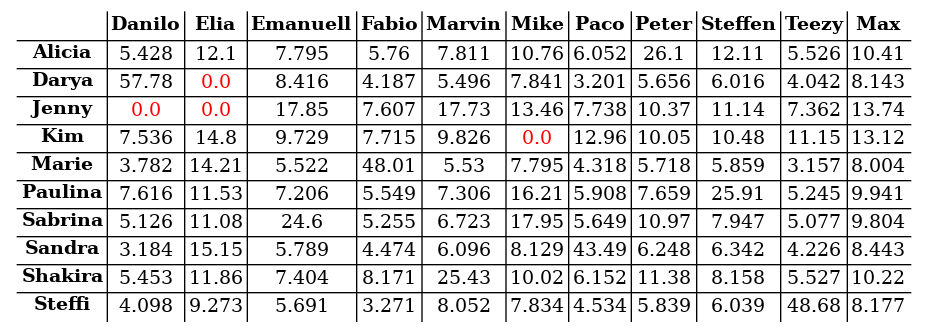
Above: s03r/s03r_tab.png in atticus-sullivan/sim-ayto (Graphviz), before the change. Its source is kept beside it as s03r/s03r_tab.dot. The source it was exported from:
```dot
digraph structs { node[shape=plaintext] struct[label=<
<table cellspacing="2" border="0" rows="*" columns="*">
<tr>
<td></td>
<td><B>Danilo</B></td>
<td><B>Elia</B></td>
<td><B>Emanuell</B></td>
<td><B>Fabio</B></td>
<td><B>Marvin</B></td>
<td><B>Mike</B></td>
<td><B>Paco</B></td>
<td><B>Peter</B></td>
<td><B>Steffen</B></td>
<td><B>Teezy</B></td>
<td><B>Max</B></td>
</tr>
<tr><td><B>Alicia</B></td>
<td><font color="black">5.428</font></td>
<td><font color="black">12.1</font></td>
<td><font color="black">7.795</font></td>
<td><font color="black">5.76</font></td>
<td><font color="black">7.811</font></td>
<td><font color="black">10.76</font></td>
<td><font color="black">6.052</font></td>
<td><font color="black">26.1</font></td>
<td><font color="black">12.11</font></td>
<td><font color="black">5.526</font></td>
<td><font color="black">10.41</font></td>
</tr>
<tr><td><B>Darya</B></td>
<td><font color="black">57.78</font></td>
<td><font color="red">0.0</font></td>
<td><font color="black">8.416</font></td>
<td><font color="black">4.187</font></td>
<td><font color="black">5.496</font></td>
<td><font color="black">7.841</font></td>
<td><font color="black">3.201</font></td>
<td><font color="black">5.656</font></td>
<td><font color="black">6.016</font></td>
<td><font color="black">4.042</font></td>
<td><font color="black">8.143</font></td>
</tr>
<tr><td><B>Jenny</B></td>
<td><font color="red">0.0</font></td>
<td><font color="red">0.0</font></td>
<td><font color="black">17.85</font></td>
<td><font color="black">7.607</font></td>
<td><font color="black">17.73</font></td>
<td><font color="black">13.46</font></td>
<td><font color="black">7.738</font></td>
<td><font color="black">10.37</font></td>
<td><font color="black">11.14</font></td>
<td><font color="black">7.362</font></td>
<td><font color="black">13.74</font></td>
</tr>
<tr><td><B>Kim</B></td>
<td><font color="black">7.536</font></td>
<td><font color="black">14.8</font></td>
<td><font color="black">9.729</font></td>
<td><font color="black">7.715</font></td>
<td><font color="black">9.826</font></td>
<td><font color="red">0.0</font></td>
<td><font color="black">12.96</font></td>
<td><font color="black">10.05</font></td>
<td><font color="black">10.48</font></td>
<td><font color="black">11.15</font></td>
<td><font color="black">13.12</font></td>
</tr>
<tr><td><B>Marie</B></td>
<td><font color="black">3.782</font></td>
<td><font color="black">14.21</font></td>
<td><font color="black">5.522</font></td>
<td><font color="black">48.01</font></td>
<td><font color="black">5.53</font></td>
<td><font color="black">7.795</font></td>
<td><font color="black">4.318</font></td>
<td><font color="black">5.718</font></td>
<td><font color="black">5.859</font></td>
<td><font color="black">3.157</font></td>
<td><font color="black">8.004</font></td>
</tr>
<tr><td><B>Paulina</B></td>
<td><font color="black">7.616</font></td>
<td><font color="black">11.53</font></td>
<td><font color="black">7.206</font></td>
<td><font color="black">5.549</font></td>
<td><font color="black">7.306</font></td>
<td><font color="black">16.21</font></td>
<td><font color="black">5.908</font></td>
<td><font color="black">7.659</font></td>
<td><font color="black">25.91</font></td>
<td><font color="black">5.245</font></td>
<td><font color="black">9.941</font></td>
</tr>
<tr><td><B>Sabrina</B></td>
<td><font color="black">5.126</font></td>
<td><font color="black">11.08</font></td>
<td><font color="black">24.6</font></td>
<td><font color="black">5.255</font></td>
<td><font color="black">6.723</font></td>
<td><font color="black">17.95</font></td>
<td><font color="black">5.649</font></td>
<td><font color="black">10.97</font></td>
<td><font color="black">7.947</font></td>
<td><font color="black">5.077</font></td>
<td><font color="black">9.804</font></td>
</tr>
<tr><td><B>Sandra</B></td>
<td><font color="black">3.184</font></td>
<td><font color="black">15.15</font></td>
<td><font color="black">5.789</font></td>
<td><font color="black">4.474</font></td>
<td><font color="black">6.096</font></td>
<td><font color="black">8.129</font></td>
<td><font color="black">43.49</font></td>
<td><font color="black">6.248</font></td>
<td><font color="black">6.342</font></td>
<td><font color="black">4.226</font></td>
<td><font color="black">8.443</font></td>
</tr>
<tr><td><B>Shakira</B></td>
<td><font color="black">5.453</font></td>
<td><font color="black">11.86</font></td>
<td><font color="black">7.404</font></td>
<td><font color="black">8.171</font></td>
<td><font color="black">25.43</font></td>
<td><font color="black">10.02</font></td>
<td><font color="black">6.152</font></td>
<td><font color="black">11.38</font></td>
<td><font color="black">8.158</font></td>
<td><font color="black">5.527</font></td>
<td><font color="black">10.22</font></td>
</tr>
<tr><td><B>Steffi</B></td>
<td><font color="black">4.098</font></td>
<td><font color="black">9.273</font></td>
<td><font color="black">5.691</font></td>
<td><font color="black">3.271</font></td>
<td><font color="black">8.052</font></td>
<td><font color="black">7.834</font></td>
<td><font color="black">4.534</font></td>
<td><font color="black">5.839</font></td>
<td><font color="black">6.039</font></td>
<td><font color="black">48.68</font></td>
<td><font color="black">8.177</font></td>
</tr>
</table>
>];}
```
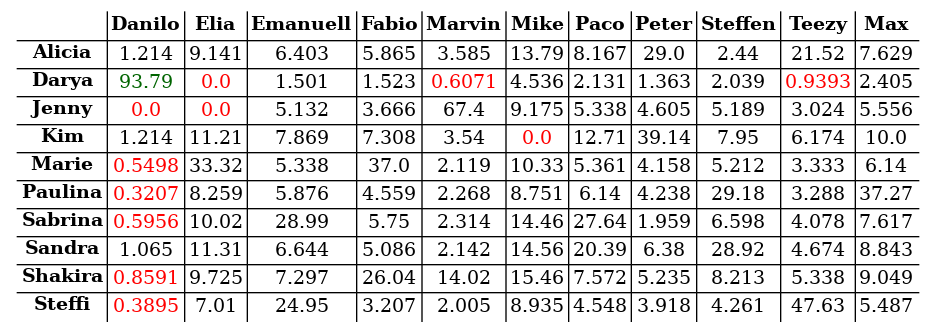
The same file after the commit.

What changed in the source:
```diff
@@ -15,134 +15,134 @@
 <td><B>Max</B></td>
 </tr>
 <tr><td><B>Alicia</B></td>
-<td><font color="black">5.428</font></td>
-<td><font color="black">12.1</font></td>
-<td><font color="black">7.795</font></td>
-<td><font color="black">5.76</font></td>
-<td><font color="black">7.811</font></td>
-<td><font color="black">10.76</font></td>
-<td><font color="black">6.052</font></td>
-<td><font color="black">26.1</font></td>
-<td><font color="black">12.11</font></td>
-<td><font color="black">5.526</font></td>
-<td><font color="black">10.41</font></td>
+<td><font color="black">1.214</font></td>
+<td><font color="black">9.141</font></td>
+<td><font color="black">6.403</font></td>
+<td><font color="black">5.865</font></td>
+<td><font color="black">3.585</font></td>
+<td><font color="black">13.79</font></td>
+<td><font color="black">8.167</font></td>
+<td><font color="black">29.0</font></td>
+<td><font color="black">2.44</font></td>
+<td><font color="black">21.52</font></td>
+<td><font color="black">7.629</font></td>
 </tr>
 <tr><td><B>Darya</B></td>
-<td><font color="black">57.78</font></td>
+<td><font color="darkgreen">93.79</font></td>
 <td><font color="red">0.0</font></td>
-<td><font color="black">8.416</font></td>
-<td><font color="black">4.187</font></td>
-<td><font color="black">5.496</font></td>
-<td><font color="black">7.841</font></td>
-<td><font color="black">3.201</font></td>
-<td><font color="black">5.656</font></td>
-<td><font color="black">6.016</font></td>
-<td><font color="black">4.042</font></td>
-<td><font color="black">8.143</font></td>
+<td><font color="black">1.501</font></td>
+<td><font color="black">1.523</font></td>
+<td><font color="red">0.6071</font></td>
+<td><font color="black">4.536</font></td>
+<td><font color="black">2.131</font></td>
+<td><font color="black">1.363</font></td>
+<td><font color="black">2.039</font></td>
+<td><font color="red">0.9393</font></td>
+<td><font color="black">2.405</font></td>
 </tr>
 <tr><td><B>Jenny</B></td>
 <td><font color="red">0.0</font></td>
 <td><font color="red">0.0</font></td>
-<td><font color="black">17.85</font></td>
-<td><font color="black">7.607</font></td>
-<td><font color="black">17.73</font></td>
-<td><font color="black">13.46</font></td>
-<td><font color="black">7.738</font></td>
-<td><font color="black">10.37</font></td>
-<td><font color="black">11.14</font></td>
-<td><font color="black">7.362</font></td>
-<td><font color="black">13.74</font></td>
+<td><font color="black">5.132</font></td>
+<td><font color="black">3.666</font></td>
+<td><font color="black">67.4</font></td>
+<td><font color="black">9.175</font></td>
+<td><font color="black">5.338</font></td>
+<td><font color="black">4.605</font></td>
+<td><font color="black">5.189</font></td>
+<td><font color="black">3.024</font></td>
+<td><font color="black">5.556</font></td>
 </tr>
 <tr><td><B>Kim</B></td>
-<td><font color="black">7.536</font></td>
-<td><font color="black">14.8</font></td>
-<td><font color="black">9.729</font></td>
-<td><font color="black">7.715</font></td>
-<td><font color="black">9.826</font></td>
+<td><font color="black">1.214</font></td>
+<td><font color="black">11.21</font></td>
+<td><font color="black">7.869</font></td>
+<td><font color="black">7.308</font></td>
+<td><font color="black">3.54</font></td>
 <td><font color="red">0.0</font></td>
-<td><font color="black">12.96</font></td>
-<td><font color="black">10.05</font></td>
-<td><font color="black">10.48</font></td>
-<td><font color="black">11.15</font></td>
-<td><font color="black">13.12</font></td>
+<td><font color="black">12.71</font></td>
+<td><font color="black">39.14</font></td>
+<td><font color="black">7.95</font></td>
+<td><font color="black">6.174</font></td>
+<td><font color="black">10.0</font></td>
 </tr>
 <tr><td><B>Marie</B></td>
-<td><font color="black">3.782</font></td>
-<td><font color="black">14.21</font></td>
-<td><font color="black">5.522</font></td>
-<td><font color="black">48.01</font></td>
-<td><font color="black">5.53</font></td>
-<td><font color="black">7.795</font></td>
-<td><font color="black">4.318</font></td>
-<td><font color="black">5.718</font></td>
-<td><font color="black">5.859</font></td>
-<td><font color="black">3.157</font></td>
-<td><font color="black">8.004</font></td>
+<td><font color="red">0.5498</font></td>
+<td><font color="black">33.32</font></td>
+<td><font color="black">5.338</font></td>
+<td><font color="black">37.0</font></td>
+<td><font color="black">2.119</font></td>
+<td><font color="black">10.33</font></td>
+<td><font color="black">5.361</font></td>
+<td><font color="black">4.158</font></td>
+<td><font color="black">5.212</font></td>
+<td><font color="black">3.333</font></td>
+<td><font color="black">6.14</font></td>
 </tr>
 <tr><td><B>Paulina</B></td>
-<td><font color="black">7.616</font></td>
-<td><font color="black">11.53</font></td>
-<td><font color="black">7.206</font></td>
-<td><font color="black">5.549</font></td>
-<td><font color="black">7.306</font></td>
-<td><font color="black">16.21</font></td>
-<td><font color="black">5.908</font></td>
-<td><font color="black">7.659</font></td>
-<td><font color="black">25.91</font></td>
-<td><font color="black">5.245</font></td>
-<td><font color="black">9.941</font></td>
+<td><font color="red">0.3207</font></td>
+<td><font color="black">8.259</font></td>
+<td><font color="black">5.876</font></td>
+<td><font color="black">4.559</font></td>
+<td><font color="black">2.268</font></td>
+<td><font color="black">8.751</font></td>
+<td><font color="black">6.14</font></td>
+<td><font color="black">4.238</font></td>
+<td><font color="black">29.18</font></td>
+<td><font color="black">3.288</font></td>
+<td><font color="black">37.27</font></td>
 </tr>
 <tr><td><B>Sabrina</B></td>
-<td><font color="black">5.126</font></td>
-<td><font color="black">11.08</font></td>
-<td><font color="black">24.6</font></td>
-<td><font color="black">5.255</font></td>
-<td><font color="black">6.723</font></td>
-<td><font color="black">17.95</font></td>
-<td><font color="black">5.649</font></td>
-<td><font color="black">10.97</font></td>
-<td><font color="black">7.947</font></td>
-<td><font color="black">5.077</font></td>
-<td><font color="black">9.804</font></td>
+<td><font color="red">0.5956</font></td>
+<td><font color="black">10.02</font></td>
+<td><font color="black">28.99</font></td>
+<td><font color="black">5.75</font></td>
+<td><font color="black">2.314</font></td>
+<td><font color="black">14.46</font></td>
+<td><font color="black">27.64</font></td>
+<td><font color="black">1.959</font></td>
+<td><font color="black">6.598</font></td>
+<td><font color="black">4.078</font></td>
+<td><font color="black">7.617</font></td>
 </tr>
 <tr><td><B>Sandra</B></td>
-<td><font color="black">3.184</font></td>
-<td><font color="black">15.15</font></td>
-<td><font color="black">5.789</font></td>
-<td><font color="black">4.474</font></td>
-<td><font color="black">6.096</font></td>
-<td><font color="black">8.129</font></td>
-<td><font color="black">43.49</font></td>
-<td><font color="black">6.248</font></td>
-<td><font color="black">6.342</font></td>
-<td><font color="black">4.226</font></td>
-<td><font color="black">8.443</font></td>
+<td><font color="black">1.065</font></td>
+<td><font color="black">11.31</font></td>
+<td><font color="black">6.644</font></td>
+<td><font color="black">5.086</font></td>
+<td><font color="black">2.142</font></td>
+<td><font color="black">14.56</font></td>
+<td><font color="black">20.39</font></td>
+<td><font color="black">6.38</font></td>
+<td><font color="black">28.92</font></td>
+<td><font color="black">4.674</font></td>
+<td><font color="black">8.843</font></td>
 </tr>
 <tr><td><B>Shakira</B></td>
-<td><font color="black">5.453</font></td>
-<td><font color="black">11.86</font></td>
-<td><font color="black">7.404</font></td>
-<td><font color="black">8.171</font></td>
-<td><font color="black">25.43</font></td>
-<td><font color="black">10.02</font></td>
-<td><font color="black">6.152</font></td>
-<td><font color="black">11.38</font></td>
-<td><font color="black">8.158</font></td>
-<td><font color="black">5.527</font></td>
-<td><font color="black">10.22</font></td>
+<td><font color="red">0.8591</font></td>
+<td><font color="black">9.725</font></td>
+<td><font color="black">7.297</font></td>
+<td><font color="black">26.04</font></td>
+<td><font color="black">14.02</font></td>
+<td><font color="black">15.46</font></td>
+<td><font color="black">7.572</font></td>
+<td><font color="black">5.235</font></td>
+<td><font color="black">8.213</font></td>
+<td><font color="black">5.338</font></td>
+<td><font color="black">9.049</font></td>
 </tr>
 <tr><td><B>Steffi</B></td>
-<td><font color="black">4.098</font></td>
-<td><font color="black">9.273</font></td>
-<td><font color="black">5.691</font></td>
-<td><font color="black">3.271</font></td>
-<td><font color="black">8.052</font></td>
-<td><font color="black">7.834</font></td>
-<td><font color="black">4.534</font></td>
-<td><font color="black">5.839</font></td>
-<td><font color="black">6.039</font></td>
-<td><font color="black">48.68</font></td>
-<td><font color="black">8.177</font></td>
+<td><font color="red">0.3895</font></td>
+<td><font color="black">7.01</font></td>
+<td><font color="black">24.95</font></td>
+<td><font color="black">3.207</font></td>
+<td><font color="black">2.005</font></td>
+<td><font color="black">8.935</font></td>
+<td><font color="black">4.548</font></td>
+<td><font color="black">3.918</font></td>
+<td><font color="black">4.261</font></td>
+<td><font color="black">47.63</font></td>
+<td><font color="black">5.487</font></td>
 </tr>
 </table>
 >];}
```
